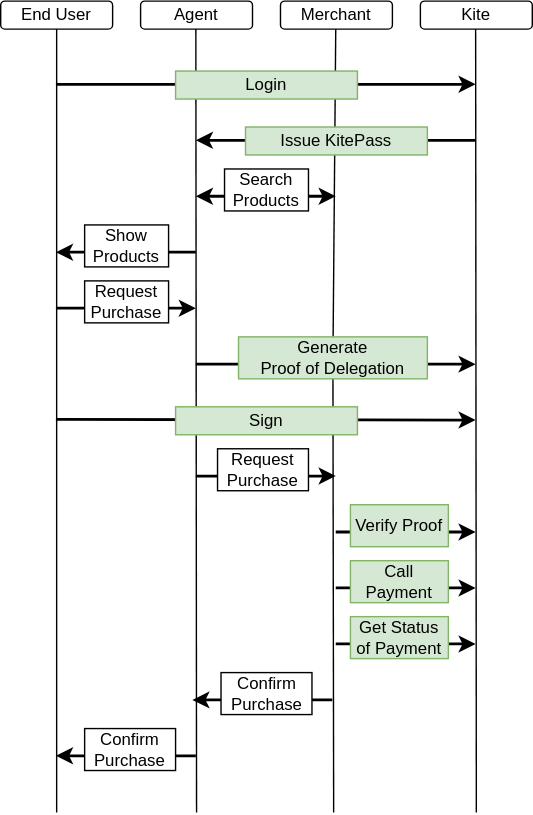
The draw.io diagram integration-guide/images/EndUserWorkflow.svg in gokite-ai/developer-docs, before a commit. Source tidied: cells renumbered, new cells last; positions are measured from the earlier drawing's top-left corner, leaving out a move shared by most shapes.
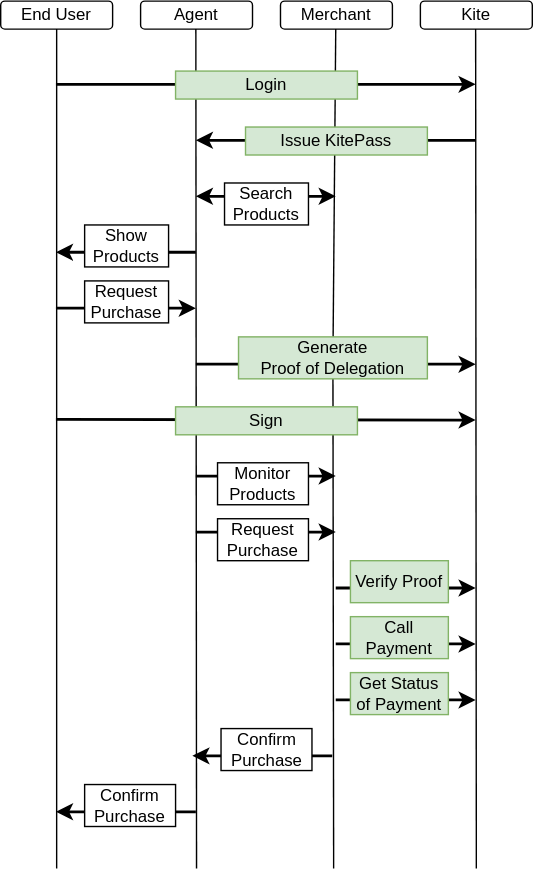
The same diagram one commit later.

What changed in the source:
```diff
@@ -16,12 +16,12 @@
     </mxCell>
     <mxCell id="6" style="endArrow=none;html=1;rounded=0;entryX=0.5;entryY=1;entryDx=0;entryDy=0;" parent="1" edge="1" target="2">
       <mxGeometry relative="1" as="geometry">
-        <mxPoint x="40" y="580" as="sourcePoint" />
+        <mxPoint x="40" y="620" as="sourcePoint" />
       </mxGeometry>
     </mxCell>
     <mxCell id="7" style="endArrow=none;html=1;rounded=0;entryX=0.5;entryY=1;entryDx=0;entryDy=0;" parent="1" edge="1">
       <mxGeometry relative="1" as="geometry">
-        <mxPoint x="140" y="580" as="sourcePoint" />
+        <mxPoint x="140" y="620" as="sourcePoint" />
         <mxPoint x="139.5" y="20" as="targetPoint" />
       </mxGeometry>
     </mxCell>
@@ -32,7 +32,7 @@
     </mxCell>
     <mxCell id="9" style="endArrow=none;html=1;rounded=0;entryX=0.5;entryY=1;entryDx=0;entryDy=0;" parent="1" edge="1">
       <mxGeometry relative="1" as="geometry">
-        <mxPoint x="340" y="580" as="sourcePoint" />
+        <mxPoint x="340" y="620" as="sourcePoint" />
         <mxPoint x="339.5" y="20" as="targetPoint" />
       </mxGeometry>
     </mxCell>
@@ -61,7 +61,7 @@
       </mxGeometry>
     </mxCell>
     <mxCell id="15" value="Search Products" style="rounded=0;whiteSpace=wrap;html=1;" parent="1" vertex="1">
-      <mxGeometry x="160" y="120" width="60" height="30" as="geometry" />
+      <mxGeometry x="160" y="130" width="60" height="30" as="geometry" />
     </mxCell>
     <mxCell id="16" style="endArrow=classic;html=1;rounded=0;strokeWidth=2;" parent="1" edge="1">
       <mxGeometry relative="1" as="geometry">
@@ -89,7 +89,7 @@
     </mxCell>
     <mxCell id="21" style="endArrow=none;html=1;rounded=0;entryX=0.5;entryY=1;entryDx=0;entryDy=0;" parent="1" edge="1" target="22">
       <mxGeometry relative="1" as="geometry">
-        <mxPoint x="238" y="580" as="sourcePoint" />
+        <mxPoint x="238" y="620" as="sourcePoint" />
       </mxGeometry>
     </mxCell>
     <mxCell id="22" value="Generate &lt;br&gt;Proof of Delegation" style="rounded=0;whiteSpace=wrap;html=1;fillColor=#d5e8d4;strokeColor=#82b366;" parent="1" vertex="1">
@@ -97,57 +97,57 @@
     </mxCell>
     <mxCell id="23" style="endArrow=classic;html=1;rounded=0;strokeWidth=2;" parent="1" edge="1">
       <mxGeometry relative="1" as="geometry">
-        <mxPoint x="140" y="340" as="sourcePoint" />
-        <mxPoint x="240" y="340" as="targetPoint" />
+        <mxPoint x="140" y="380" as="sourcePoint" />
+        <mxPoint x="240" y="380" as="targetPoint" />
       </mxGeometry>
     </mxCell>
     <mxCell id="24" value="Request Purchase" style="rounded=0;whiteSpace=wrap;html=1;" parent="1" vertex="1">
-      <mxGeometry x="155" y="320" width="65" height="30" as="geometry" />
+      <mxGeometry x="155" y="370" width="65" height="30" as="geometry" />
     </mxCell>
     <mxCell id="25" style="endArrow=classic;html=1;rounded=0;strokeWidth=2;" parent="1" edge="1">
       <mxGeometry relative="1" as="geometry">
-        <mxPoint x="240" y="420" as="sourcePoint" />
-        <mxPoint x="340" y="420" as="targetPoint" />
+        <mxPoint x="240" y="460" as="sourcePoint" />
+        <mxPoint x="340" y="460" as="targetPoint" />
       </mxGeometry>
     </mxCell>
     <mxCell id="26" value="Call &lt;br&gt;Payment" style="rounded=0;whiteSpace=wrap;html=1;fillColor=#d5e8d4;strokeColor=#82b366;" parent="1" vertex="1">
-      <mxGeometry x="250" y="400" width="70" height="30" as="geometry" />
+      <mxGeometry x="250" y="440" width="70" height="30" as="geometry" />
     </mxCell>
     <mxCell id="27" style="endArrow=classic;html=1;rounded=0;strokeWidth=2;" parent="1" edge="1">
       <mxGeometry relative="1" as="geometry">
-        <mxPoint x="237.5" y="500" as="sourcePoint" />
-        <mxPoint x="137.5" y="500" as="targetPoint" />
+        <mxPoint x="237.5" y="540" as="sourcePoint" />
+        <mxPoint x="137.5" y="540" as="targetPoint" />
       </mxGeometry>
     </mxCell>
     <mxCell id="28" style="endArrow=classic;html=1;rounded=0;strokeWidth=2;" parent="1" edge="1">
       <mxGeometry relative="1" as="geometry">
-        <mxPoint x="240" y="460" as="sourcePoint" />
-        <mxPoint x="340" y="460" as="targetPoint" />
+        <mxPoint x="240" y="500" as="sourcePoint" />
+        <mxPoint x="340" y="500" as="targetPoint" />
       </mxGeometry>
     </mxCell>
     <mxCell id="29" value="Get Status of Payment" style="rounded=0;whiteSpace=wrap;html=1;fillColor=#d5e8d4;strokeColor=#82b366;" parent="1" vertex="1">
-      <mxGeometry x="250" y="440" width="70" height="30" as="geometry" />
+      <mxGeometry x="250" y="480" width="70" height="30" as="geometry" />
     </mxCell>
     <mxCell id="30" value="Confirm Purchase" style="rounded=0;whiteSpace=wrap;html=1;" parent="1" vertex="1">
-      <mxGeometry x="157.5" y="480" width="65" height="30" as="geometry" />
+      <mxGeometry x="157.5" y="520" width="65" height="30" as="geometry" />
     </mxCell>
     <mxCell id="31" style="endArrow=classic;html=1;rounded=0;strokeWidth=2;" parent="1" edge="1">
       <mxGeometry relative="1" as="geometry">
-        <mxPoint x="140" y="540" as="sourcePoint" />
-        <mxPoint x="40" y="540" as="targetPoint" />
+        <mxPoint x="140" y="580" as="sourcePoint" />
+        <mxPoint x="40" y="580" as="targetPoint" />
       </mxGeometry>
     </mxCell>
     <mxCell id="32" value="Confirm Purchase" style="rounded=0;whiteSpace=wrap;html=1;" parent="1" vertex="1">
-      <mxGeometry x="60" y="520" width="65" height="30" as="geometry" />
+      <mxGeometry x="60" y="560" width="65" height="30" as="geometry" />
     </mxCell>
     <mxCell id="33" style="endArrow=classic;html=1;rounded=0;strokeWidth=2;" parent="1" edge="1">
       <mxGeometry relative="1" as="geometry">
-        <mxPoint x="240" y="380" as="sourcePoint" />
-        <mxPoint x="340" y="380" as="targetPoint" />
+        <mxPoint x="240" y="420" as="sourcePoint" />
+        <mxPoint x="340" y="420" as="targetPoint" />
       </mxGeometry>
     </mxCell>
     <mxCell id="34" value="Verify Proof" style="rounded=0;whiteSpace=wrap;html=1;fillColor=#d5e8d4;strokeColor=#82b366;" parent="1" vertex="1">
-      <mxGeometry x="250" y="360" width="70" height="30" as="geometry" />
+      <mxGeometry x="250" y="400" width="70" height="30" as="geometry" />
     </mxCell>
     <mxCell id="35" style="endArrow=classic;html=1;rounded=0;strokeWidth=2;" parent="1" edge="1">
       <mxGeometry relative="1" as="geometry">
@@ -158,5 +158,14 @@
     <mxCell id="36" value="Sign" style="rounded=0;whiteSpace=wrap;html=1;fillColor=#d5e8d4;strokeColor=#82b366;" parent="1" vertex="1">
       <mxGeometry x="125" y="290" width="130" height="20" as="geometry" />
     </mxCell>
+    <mxCell id="37" style="endArrow=classic;html=1;rounded=0;strokeWidth=2;" parent="1" edge="1">
+      <mxGeometry relative="1" as="geometry">
+        <mxPoint x="140" y="340" as="sourcePoint" />
+        <mxPoint x="240" y="340" as="targetPoint" />
+      </mxGeometry>
+    </mxCell>
+    <mxCell id="38" value="Monitor Products" style="rounded=0;whiteSpace=wrap;html=1;" parent="1" vertex="1">
+      <mxGeometry x="155" y="330" width="65" height="30" as="geometry" />
+    </mxCell>
   </root>
 </mxGraphModel>
```
